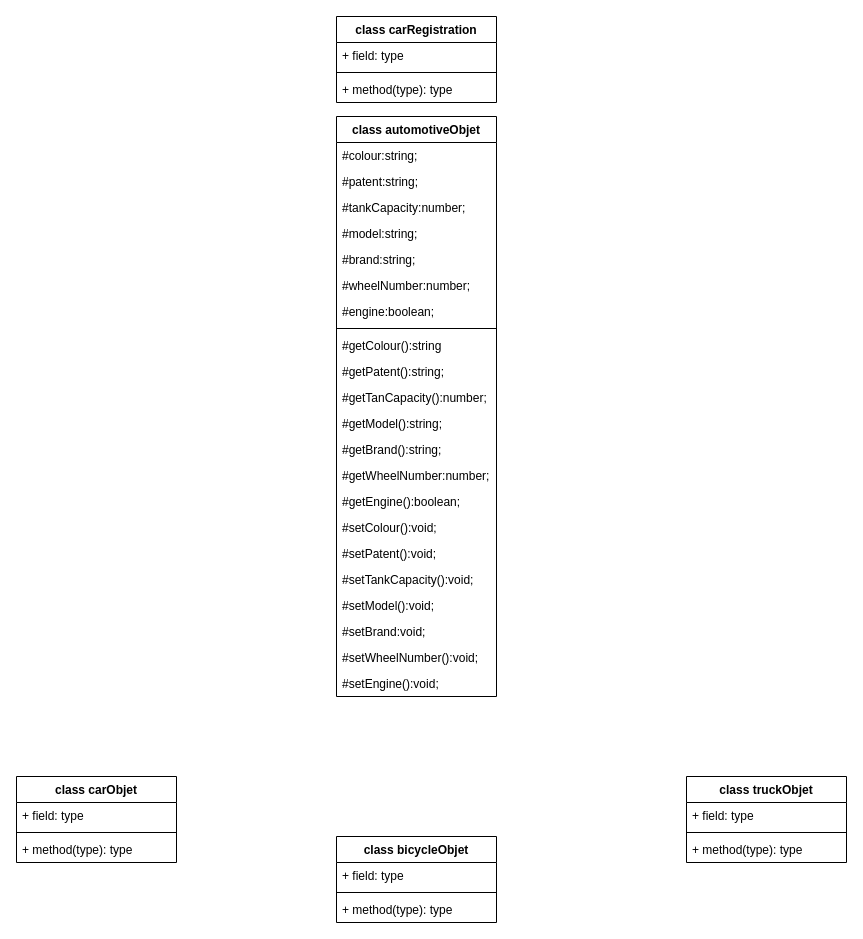
Before: page "Page-1" (1 of 2) of 2022-09-21/Diagrama sin título.drawio in Arturo-Blanco/POO, a draw.io diagram. Source tidied: cells renumbered, new cells numbered last; positions are measured from the earlier drawing's top-left corner, leaving out a move shared by most shapes. Both pictures are drawn from the tidied source at 100%, with x=0, y=0 at pixel (16, 16).
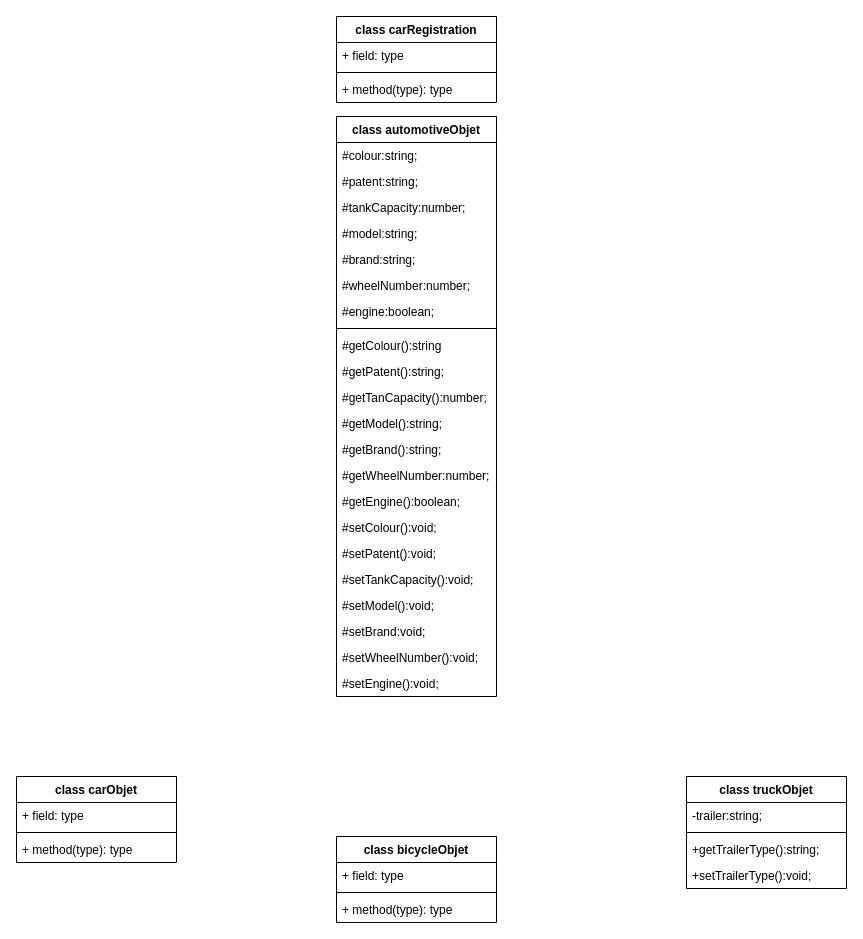
Above is the later version.

Commit message:
Diagrama registro automotor.drawio

What changed in the source:
```diff
@@
     <mxCell id="37" value="class truckObjet" style="swimlane;fontStyle=1;align=center;verticalAlign=top;horizontal=1;startSize=26;" parent="1" vertex="1">
-      <mxGeometry x="670" y="760" width="160" height="86" as="geometry" />
+      <mxGeometry x="670" y="760" width="160" height="112" as="geometry" />
     </mxCell>
-    <mxCell id="38" value="+ field: type" style="text;strokeColor=none;fillColor=none;align=left;verticalAlign=top;spacingLeft=4;spacingRight=4;overflow=hidden;" parent="37" vertex="1">
+    <mxCell id="38" value="-trailer:string;" style="text;strokeColor=none;fillColor=none;align=left;verticalAlign=top;spacingLeft=4;spacingRight=4;overflow=hidden;" parent="37" vertex="1">
       <mxGeometry y="26" width="160" height="26" as="geometry" />
     </mxCell>
@@
-    <mxCell id="40" value="+ method(type): type" style="text;strokeColor=none;fillColor=none;align=left;verticalAlign=top;spacingLeft=4;spacingRight=4;overflow=hidden;" parent="37" vertex="1">
+    <mxCell id="40" value="+getTrailerType():string;" style="text;strokeColor=none;fillColor=none;align=left;verticalAlign=top;spacingLeft=4;spacingRight=4;overflow=hidden;" parent="37" vertex="1">
       <mxGeometry y="60" width="160" height="26" as="geometry" />
     </mxCell>
+    <mxCell id="41" value="+setTrailerType():void;" style="text;strokeColor=none;fillColor=none;align=left;verticalAlign=top;spacingLeft=4;spacingRight=4;overflow=hidden;" parent="37" vertex="1">
+      <mxGeometry y="86" width="160" height="26" as="geometry" />
+    </mxCell>
```
